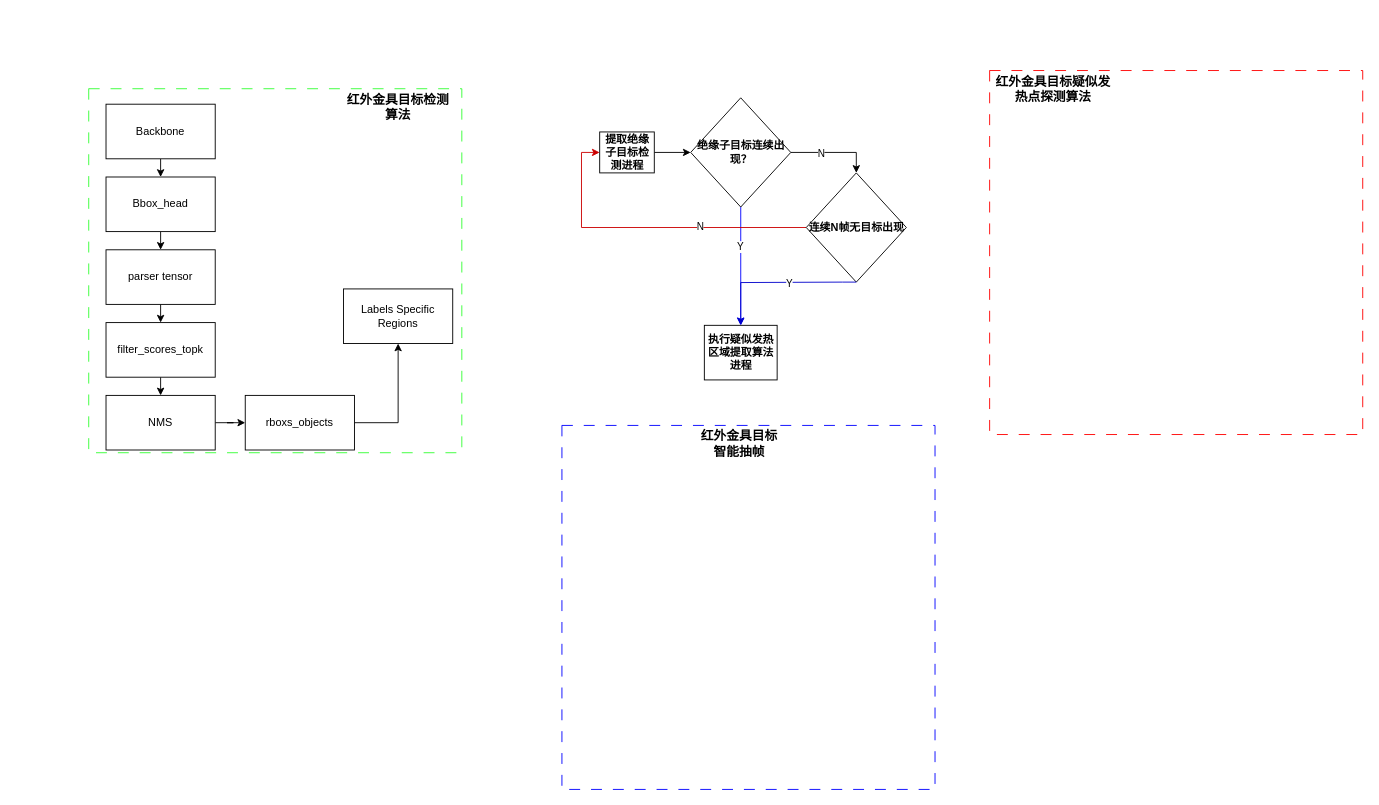
Above: page "红外项目算法全流程图" (1 of 3) of 红外发热点提取算法流程图.drawio in paleblackless/diagrams (draw.io), before the change. Source tidied: cells renumbered, new cells numbered last; positions are measured from the earlier drawing's top-left corner, leaving out a move shared by most shapes. Both pictures are drawn from the tidied source at 91%, with x=0, y=0 at pixel (88, 61).
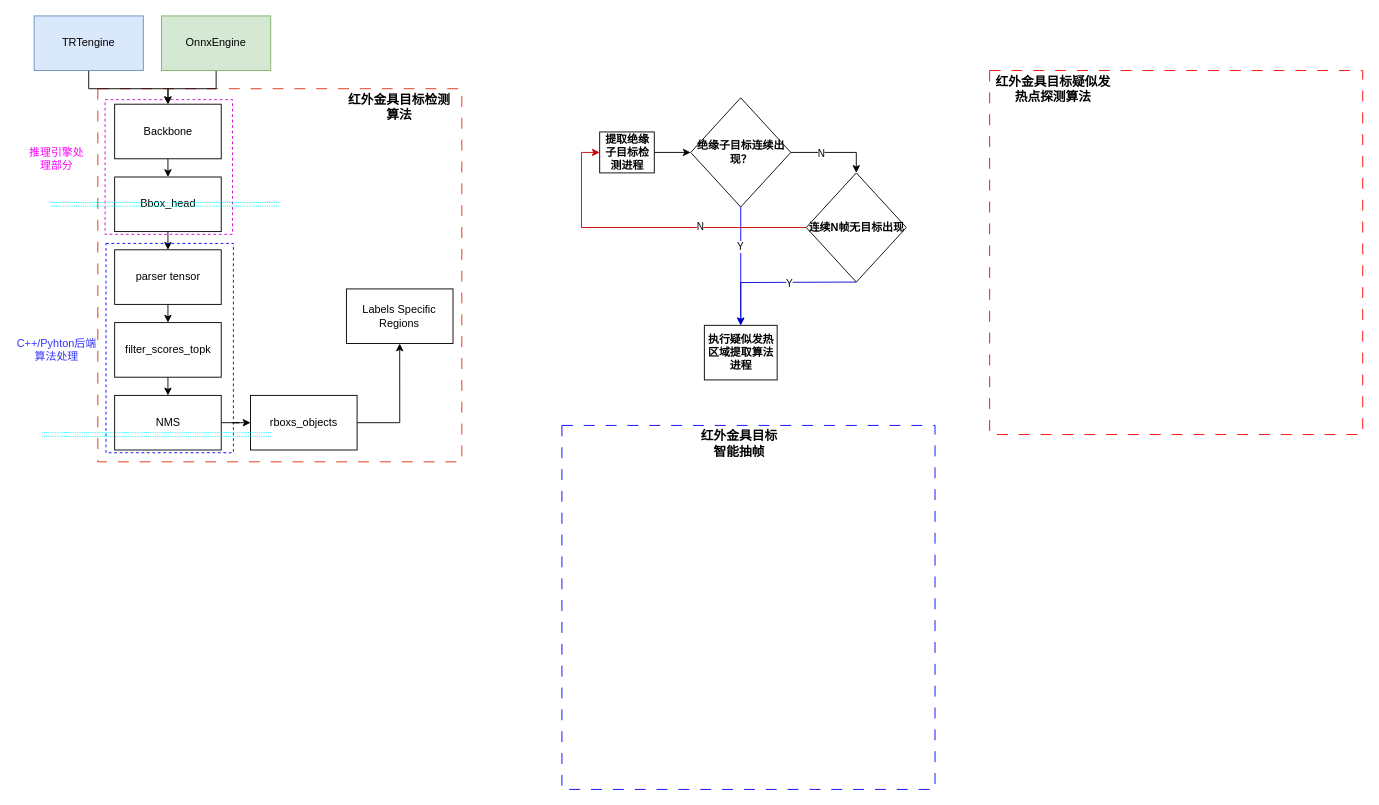
After the change.

Commit message:
Update 红外发热点提取算法流程图.drawio

Diff of the diagram source:
```diff
@@
     <mxCell id="17" style="group;" parent="1" vertex="1">
-      <mxGeometry y="10" width="410" height="400" as="geometry" />
+      <mxGeometry x="10" y="10" width="400" height="430" as="geometry" />
     </mxCell>
-    <mxCell id="18" style="rounded=0;whiteSpace=wrap;html=1;fillColor=none;dashed=1;strokeColor=#33FF33;dashPattern=12 12;" parent="17" vertex="1">
-      <mxGeometry y="20" width="410" height="400" as="geometry" />
+    <mxCell id="18" style="rounded=0;whiteSpace=wrap;html=1;fillColor=none;dashed=1;strokeColor=#dd2d0e;dashPattern=12 12;" parent="17" vertex="1">
+      <mxGeometry y="20" width="400" height="410" as="geometry" />
     </mxCell>
     <mxCell id="19" value="&lt;b&gt;&lt;font style=&quot;font-size: 14px;&quot;&gt;红外金具目标检测算法&lt;/font&gt;&lt;/b&gt;" style="text;html=1;strokeColor=none;fillColor=none;align=center;verticalAlign=middle;whiteSpace=wrap;rounded=0;dashed=1;dashPattern=12 12;" parent="17" vertex="1">
-      <mxGeometry x="280" y="20" width="120" height="40" as="geometry" />
+      <mxGeometry x="273.2" y="20" width="117.1" height="40" as="geometry" />
     </mxCell>
@@
     <mxCell id="21" value="Backbone" style="rounded=0;whiteSpace=wrap;html=1;" parent="17" vertex="1">
-      <mxGeometry x="19" y="37" width="120" height="60" as="geometry" />
+      <mxGeometry x="18.5" y="37" width="117.1" height="60" as="geometry" />
     </mxCell>
@@
     <mxCell id="23" value="filter_scores_topk" style="rounded=0;whiteSpace=wrap;html=1;" parent="17" vertex="1">
-      <mxGeometry x="19" y="277" width="120" height="60" as="geometry" />
+      <mxGeometry x="18.5" y="277" width="117.1" height="60" as="geometry" />
     </mxCell>
@@
     <mxCell id="25" value="NMS" style="rounded=0;whiteSpace=wrap;html=1;" parent="17" vertex="1">
-      <mxGeometry x="19" y="357" width="120" height="60" as="geometry" />
+      <mxGeometry x="18.5" y="357" width="117.1" height="60" as="geometry" />
     </mxCell>
@@
     <mxCell id="27" value="Bbox_head" style="rounded=0;whiteSpace=wrap;html=1;" parent="17" vertex="1">
-      <mxGeometry x="19" y="117" width="120" height="60" as="geometry" />
+      <mxGeometry x="18.5" y="117" width="117.1" height="60" as="geometry" />
     </mxCell>
@@
     <mxCell id="29" value="parser tensor" style="rounded=0;whiteSpace=wrap;html=1;" parent="17" vertex="1">
-      <mxGeometry x="19" y="197" width="120" height="60" as="geometry" />
+      <mxGeometry x="18.5" y="197" width="117.1" height="60" as="geometry" />
     </mxCell>
@@
     <mxCell id="31" value="rboxs_objects" style="rounded=0;whiteSpace=wrap;html=1;" parent="17" vertex="1">
-      <mxGeometry x="172" y="357" width="120" height="60" as="geometry" />
+      <mxGeometry x="167.8" y="357" width="117.1" height="60" as="geometry" />
     </mxCell>
     <mxCell id="32" value="Labels Specific Regions" style="rounded=0;whiteSpace=wrap;html=1;" parent="17" vertex="1">
-      <mxGeometry x="280" y="240" width="120" height="60" as="geometry" />
+      <mxGeometry x="273.2" y="240" width="117.1" height="60" as="geometry" />
     </mxCell>
+    <mxCell id="39" style="rounded=0;whiteSpace=wrap;html=1;fillColor=none;dashed=1;strokeColor=#0000FF;" parent="17" vertex="1">
+      <mxGeometry x="9" y="190" width="140" height="230" as="geometry" />
+    </mxCell>
+    <mxCell id="40" style="rounded=0;whiteSpace=wrap;html=1;fillColor=none;dashed=1;strokeColor=#CC00CC;" parent="17" vertex="1">
+      <mxGeometry x="8" y="32" width="140" height="148" as="geometry" />
+    </mxCell>
+    <mxCell id="41" style="endArrow=none;html=1;rounded=0;shape=link;dashed=1;dashPattern=1 1;strokeColor=#00FFFF;" parent="17" edge="1">
+      <mxGeometry relative="1" as="geometry">
+        <mxPoint x="-52" y="147" as="sourcePoint" />
+        <mxPoint x="199" y="147" as="targetPoint" />
+      </mxGeometry>
+    </mxCell>
@@
+    <mxCell id="42" style="edgeStyle=orthogonalEdgeStyle;rounded=0;jettySize=auto;html=1;entryX=0.5;entryY=0;entryDx=0;entryDy=0;" parent="1" edge="1" source="43" target="21">
+      <mxGeometry relative="1" as="geometry">
+        <Array as="points">
+          <mxPoint y="30" />
+          <mxPoint x="87" y="30" />
+        </Array>
+      </mxGeometry>
+    </mxCell>
+    <mxCell id="43" value="TRTengine" style="rounded=0;whiteSpace=wrap;html=1;fillColor=#dae8fc;strokeColor=#6c8ebf;" parent="1" vertex="1">
+      <mxGeometry x="-60" y="-50" width="120" height="60" as="geometry" />
+    </mxCell>
+    <mxCell id="44" style="edgeStyle=orthogonalEdgeStyle;rounded=0;jettySize=auto;html=1;exitX=0.5;exitY=1;exitDx=0;exitDy=0;entryX=0.5;entryY=0;entryDx=0;entryDy=0;" parent="1" edge="1" source="45" target="21">
+      <mxGeometry relative="1" as="geometry">
+        <Array as="points">
+          <mxPoint x="140" y="30" />
+          <mxPoint x="87" y="30" />
+        </Array>
+      </mxGeometry>
+    </mxCell>
+    <mxCell id="45" value="OnnxEngine" style="rounded=0;whiteSpace=wrap;html=1;fillColor=#d5e8d4;strokeColor=#82b366;" parent="1" vertex="1">
+      <mxGeometry x="80" y="-50" width="120" height="60" as="geometry" />
+    </mxCell>
+    <mxCell id="46" value="&lt;font color=&quot;#3333ff&quot;&gt;C++/Pyhton后端算法处理&lt;/font&gt;" style="text;html=1;strokeColor=none;fillColor=none;align=center;verticalAlign=middle;whiteSpace=wrap;rounded=0;" parent="1" vertex="1">
+      <mxGeometry x="-80" y="270" width="90" height="93" as="geometry" />
+    </mxCell>
+    <mxCell id="47" value="&lt;font color=&quot;#ff00ff&quot;&gt;推理引擎处理部分&lt;/font&gt;" style="text;html=1;strokeColor=none;fillColor=none;align=center;verticalAlign=middle;whiteSpace=wrap;rounded=0;" parent="1" vertex="1">
+      <mxGeometry x="-70" y="60" width="70" height="93" as="geometry" />
+    </mxCell>
+    <mxCell id="48" style="endArrow=none;html=1;rounded=0;shape=link;dashed=1;dashPattern=1 1;strokeColor=#00FFFF;" parent="1" edge="1">
+      <mxGeometry relative="1" as="geometry">
+        <mxPoint x="-51" y="410" as="sourcePoint" />
+        <mxPoint x="200" y="410" as="targetPoint" />
+      </mxGeometry>
+    </mxCell>
```
